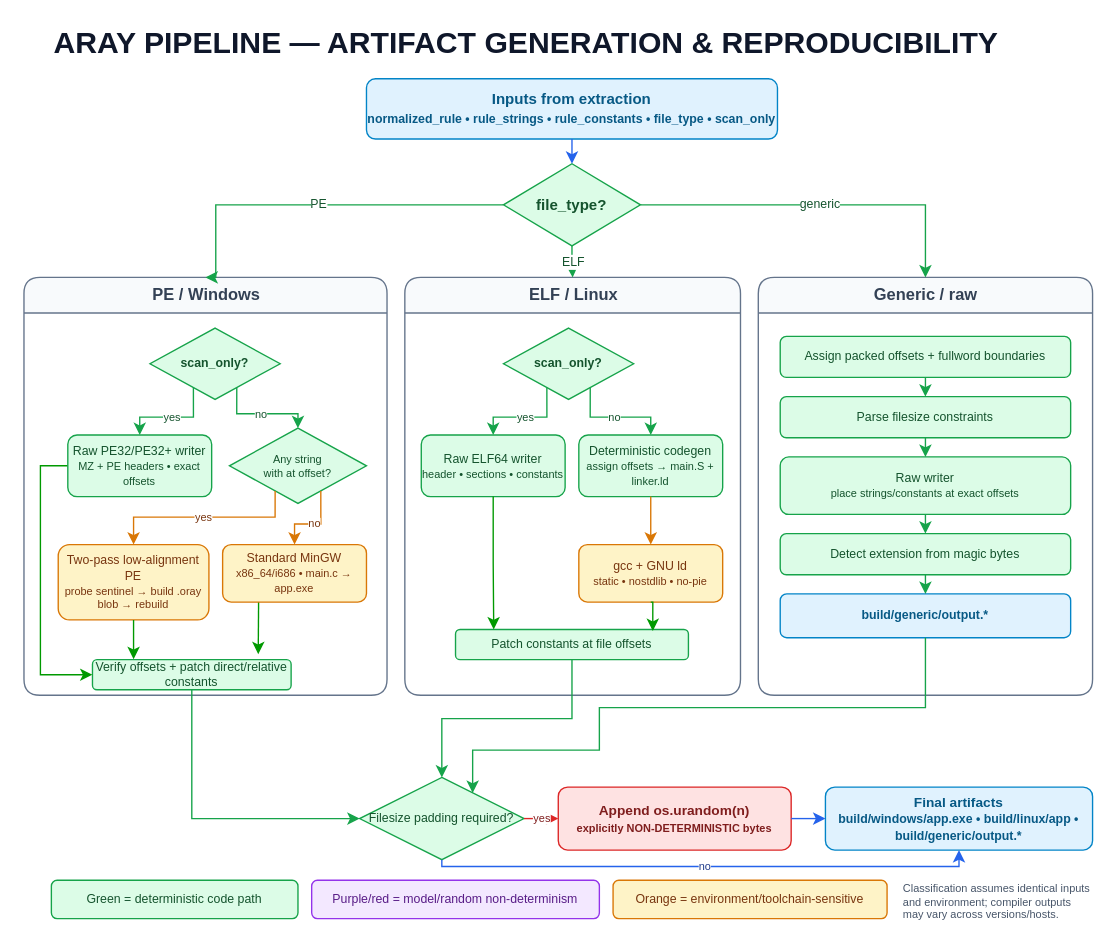
The draw.io diagram page "2 - Artifact Generation" (2 of 2) of docs/sources/diagrams/aray-pipeline-determinism.drawio in c2dc/aray, before the edit. Source tidied: cells renumbered, new cells numbered last; positions are measured from the earlier drawing's top-left corner, leaving out a move shared by most shapes. Both pictures are drawn from the tidied source at 137%, with x=0, y=0 at pixel (23, 23).
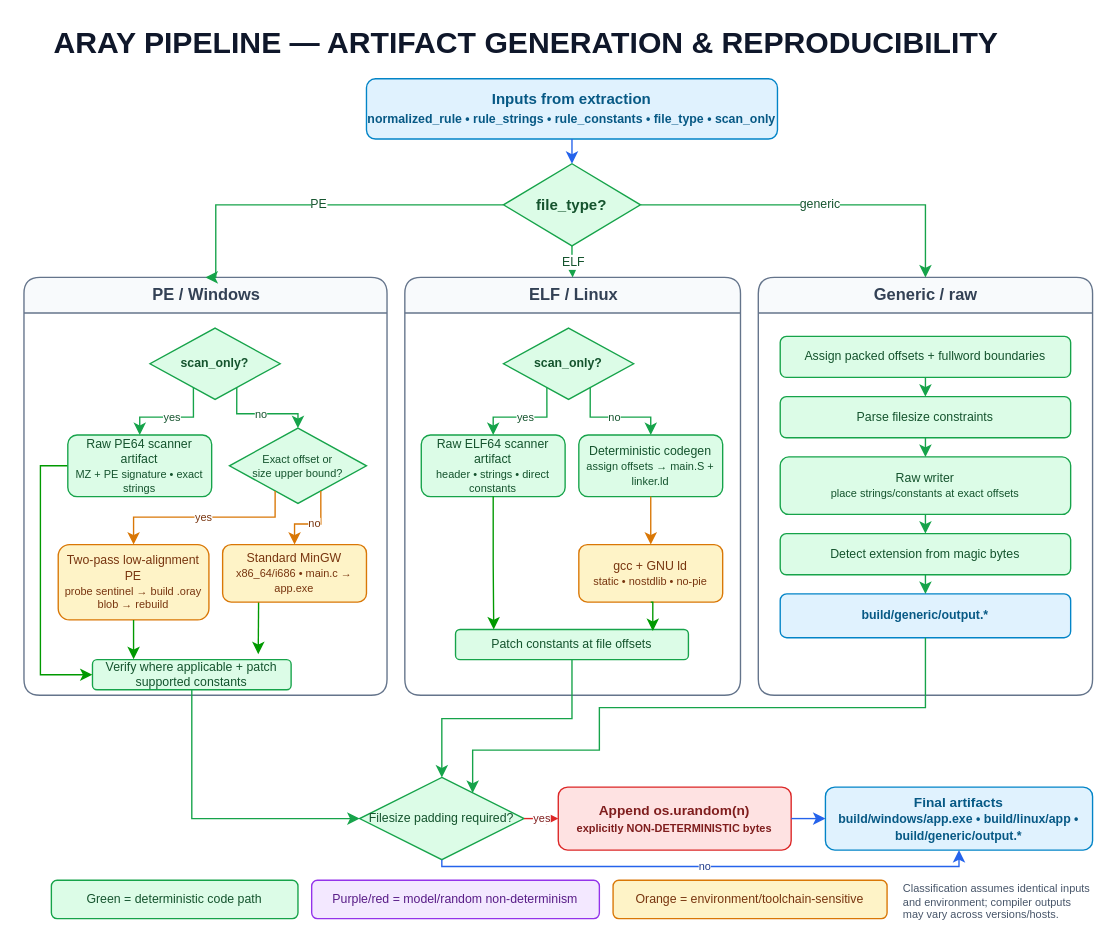
The same diagram, later.

The change refers to these unchanged cells:
```xml
<mxCell id="5" value="PE / Windows" style="swimlane;html=1;rounded=1;startSize=26;fillColor=#f8fafc;strokeColor=#64748b;fontColor=#334155;fontStyle=1;fontSize=12;" parent="1" vertex="1">
  <mxGeometry y="185" width="265" height="305" as="geometry" />
</mxCell>
```

What changed in the source:
```diff
@@
-    <mxCell id="6" value="Verify offsets + patch direct/relative constants" style="rounded=1;whiteSpace=wrap;html=1;fillColor=#dcfce7;strokeColor=#16a34a;fontColor=#14532d;fontSize=9;" parent="5" vertex="1">
+    <mxCell id="6" value="Verify where applicable + patch supported constants" style="rounded=1;whiteSpace=wrap;html=1;fillColor=#dcfce7;strokeColor=#16a34a;fontColor=#14532d;fontSize=9;" parent="5" vertex="1">
       <mxGeometry x="50" y="279" width="145" height="22" as="geometry" />
     </mxCell>
@@
-    <mxCell id="9" value="Raw PE32/PE32+ writer&lt;br&gt;&lt;font style=&quot;font-size:8px&quot;&gt;MZ + PE headers • exact offsets&lt;/font&gt;" style="rounded=1;whiteSpace=wrap;html=1;fillColor=#dcfce7;strokeColor=#16a34a;fontColor=#14532d;fontSize=9;" parent="1" vertex="1">
+    <mxCell id="9" value="Raw PE64 scanner artifact&lt;br&gt;&lt;font style=&quot;font-size:8px&quot;&gt;MZ + PE signature • exact strings&lt;/font&gt;" style="rounded=1;whiteSpace=wrap;html=1;fillColor=#dcfce7;strokeColor=#16a34a;fontColor=#14532d;fontSize=9;" parent="1" vertex="1">
       <mxGeometry x="32" y="300" width="105" height="45" as="geometry" />
     </mxCell>
-    <mxCell id="10" value="Any string&lt;br&gt;with at offset?" style="rhombus;whiteSpace=wrap;html=1;fillColor=#dcfce7;strokeColor=#16a34a;fontColor=#14532d;fontSize=8;" parent="1" vertex="1">
+    <mxCell id="10" value="Exact offset or&lt;br&gt;size upper bound?" style="rhombus;whiteSpace=wrap;html=1;fillColor=#dcfce7;strokeColor=#16a34a;fontColor=#14532d;fontSize=8;" parent="1" vertex="1">
       <mxGeometry x="150" y="295" width="100" height="55" as="geometry" />
     </mxCell>
@@
-    <mxCell id="16" value="Raw ELF64 writer&lt;br&gt;&lt;font style=&quot;font-size:8px&quot;&gt;header • sections • constants&lt;/font&gt;" style="rounded=1;whiteSpace=wrap;html=1;fillColor=#dcfce7;strokeColor=#16a34a;fontColor=#14532d;fontSize=9;" parent="1" vertex="1">
+    <mxCell id="16" value="Raw ELF64 scanner artifact&lt;br&gt;&lt;font style=&quot;font-size:8px&quot;&gt;header • strings • direct constants&lt;/font&gt;" style="rounded=1;whiteSpace=wrap;html=1;fillColor=#dcfce7;strokeColor=#16a34a;fontColor=#14532d;fontSize=9;" parent="1" vertex="1">
       <mxGeometry x="290" y="300" width="105" height="45" as="geometry" />
     </mxCell>
```
